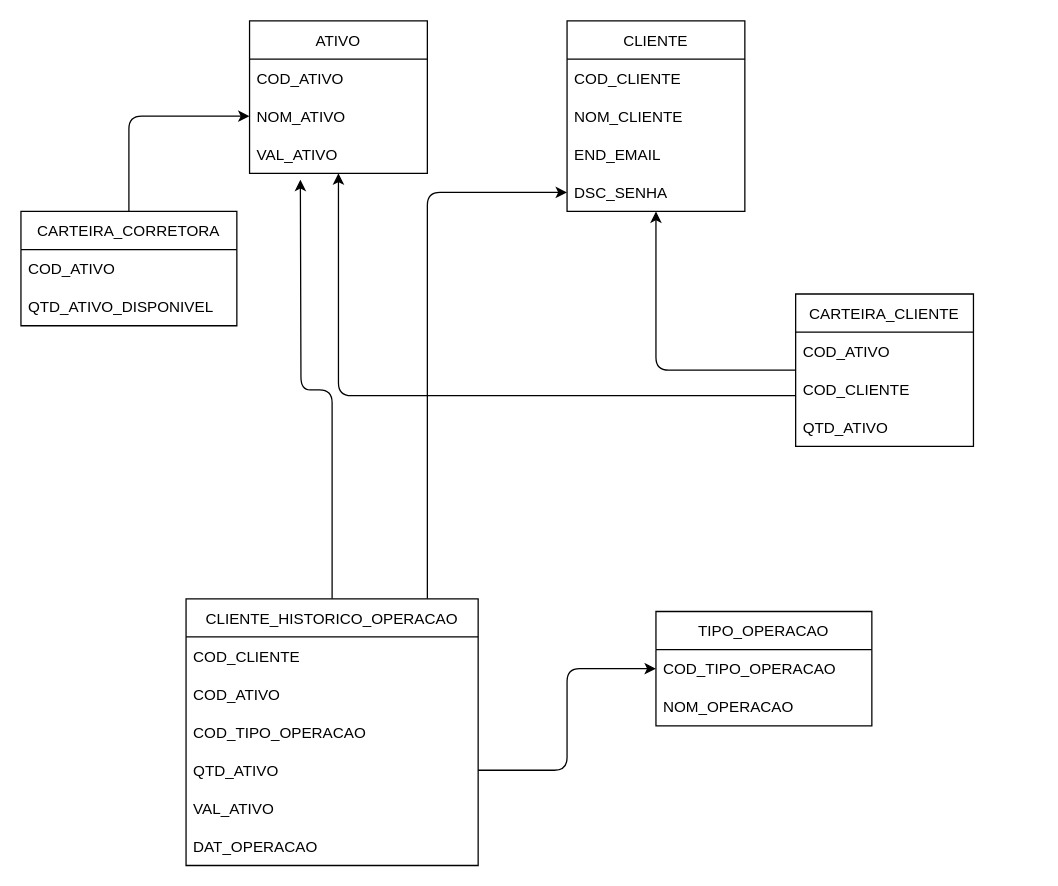
Above: database/modelagem.drawio in ASALEMA/alpha-inventimentos (draw.io), before the change. Source tidied: cells renumbered, new cells numbered last; positions are measured from the earlier drawing's top-left corner, leaving out a move shared by most shapes. Both pictures are drawn from the tidied source at 127%, with x=0, y=0 at pixel (20, 20).
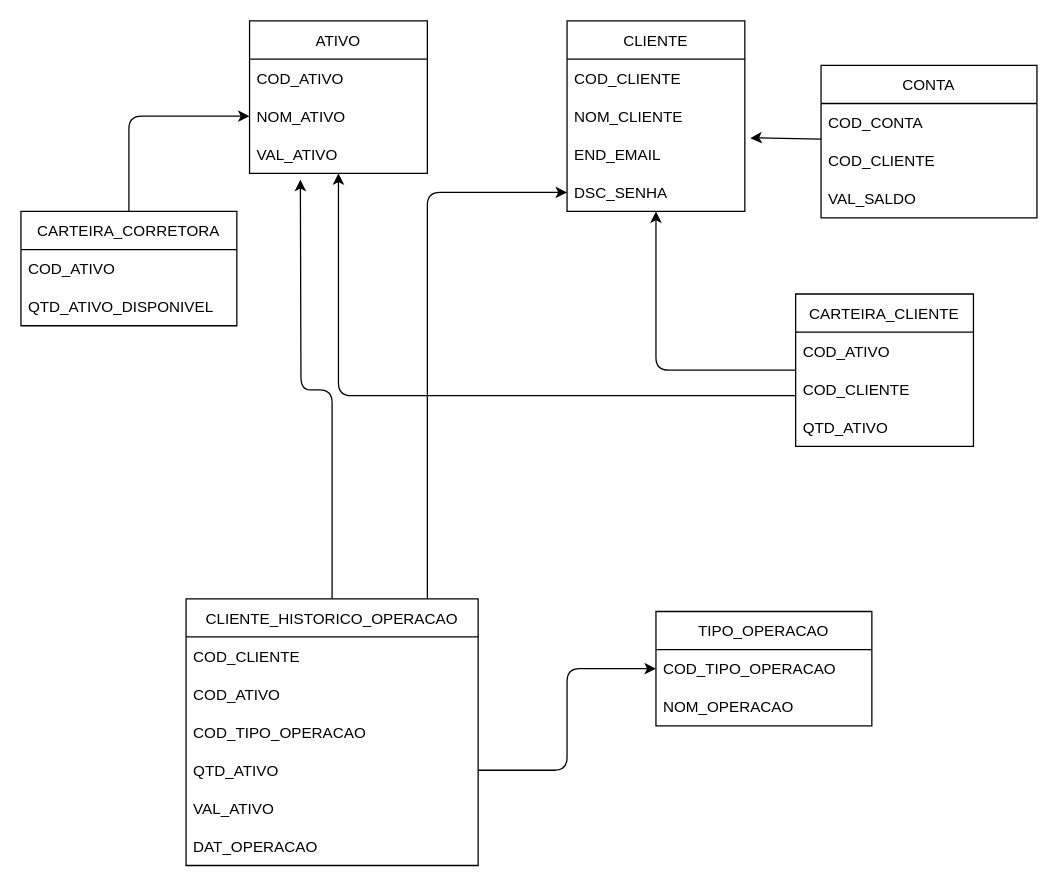
Above is the later version.

Unchanged cells that the change refers to:
```xml
<mxCell id="18" value="END_EMAIL" style="text;strokeColor=none;fillColor=none;align=left;verticalAlign=middle;spacingLeft=4;spacingRight=4;overflow=hidden;points=[[0,0.5],[1,0.5]];portConstraint=eastwest;" parent="15" vertex="1">
  <mxGeometry y="90" width="140" height="30" as="geometry" />
</mxCell>
```

The edit, as a diff of the source:
```diff
@@
+    <mxCell id="34" style="edgeStyle=none;html=1;entryX=1.031;entryY=0.078;entryDx=0;entryDy=0;entryPerimeter=0;" parent="1" edge="1" source="35" target="18">
+      <mxGeometry relative="1" as="geometry">
+        <Array as="points">
+          <mxPoint x="580" y="92" />
+        </Array>
+      </mxGeometry>
+    </mxCell>
+    <mxCell id="35" value="CONTA" style="swimlane;fontStyle=0;horizontal=1;startSize=30;" parent="1" vertex="1">
+      <mxGeometry x="630" y="35" width="170" height="120" as="geometry" />
+    </mxCell>
+    <mxCell id="36" value="COD_CONTA" style="text;strokeColor=none;fillColor=none;align=left;verticalAlign=middle;spacingLeft=4;spacingRight=4;overflow=hidden;" parent="35" vertex="1">
+      <mxGeometry y="30" width="170" height="30" as="geometry" />
+    </mxCell>
+    <mxCell id="37" value="COD_CLIENTE" style="text;strokeColor=none;fillColor=none;align=left;verticalAlign=middle;spacingLeft=4;spacingRight=4;overflow=hidden;" parent="35" vertex="1">
+      <mxGeometry y="60" width="170" height="30" as="geometry" />
+    </mxCell>
+    <mxCell id="38" value="VAL_SALDO" style="text;strokeColor=none;fillColor=none;align=left;verticalAlign=middle;spacingLeft=4;spacingRight=4;overflow=hidden;" parent="35" vertex="1">
+      <mxGeometry y="90" width="170" height="30" as="geometry" />
+    </mxCell>
```
